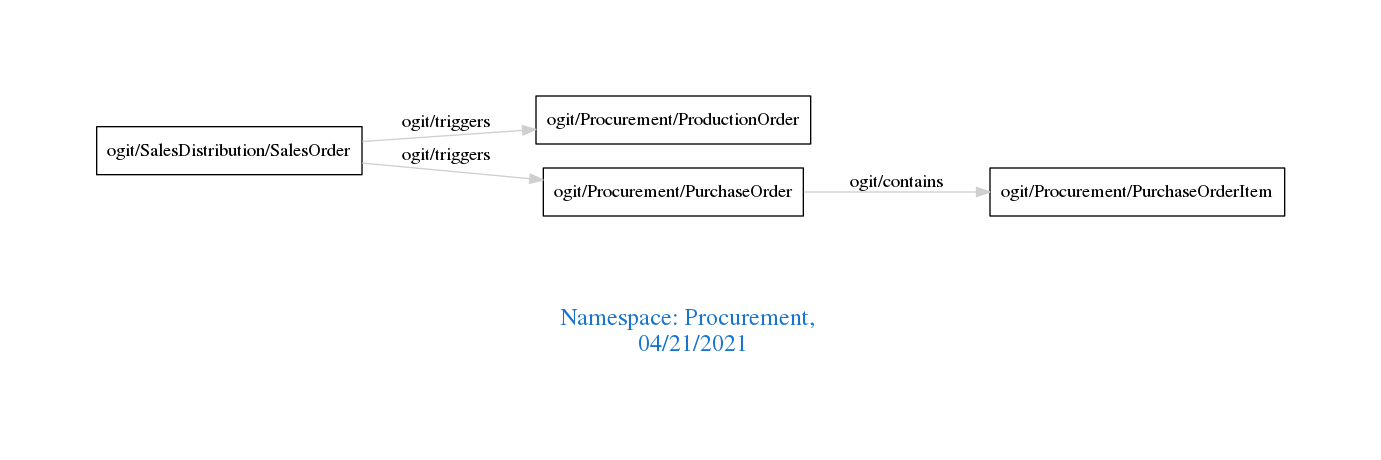
This is downloads/Procurement.png from arago/OGIT, a Graphviz export, as it was before one commit. Its source is kept beside it as downloads/Procurement.dot.
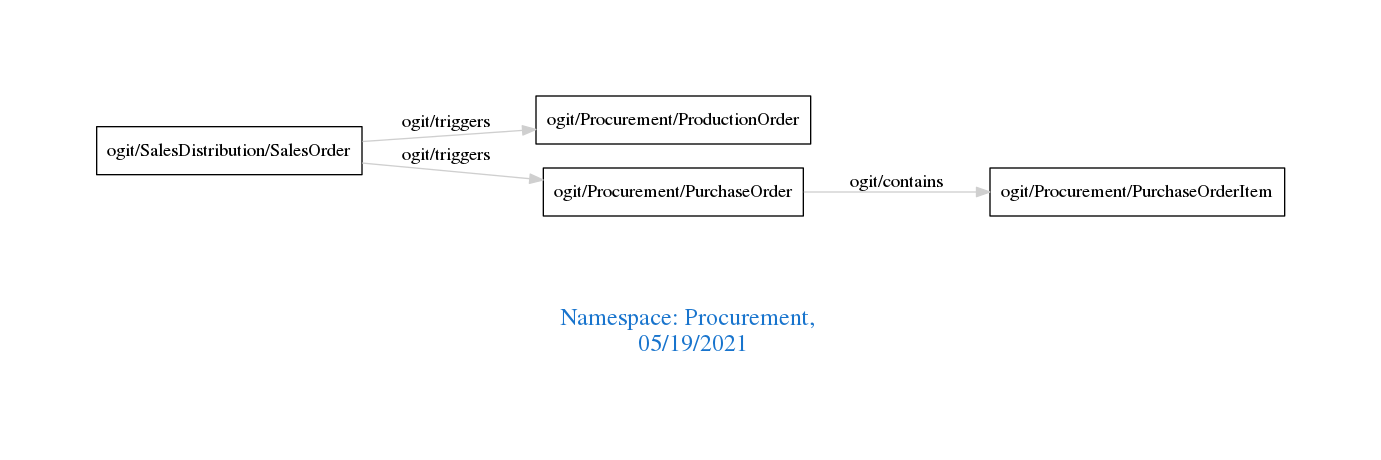
After the change.

What changed in the source:
```diff
@@ -1,7 +1,7 @@
 digraph OGIT_ontology {
  graph [ rankdir= LR,pad=1
 fontsize = 18,
-fontcolor= dodgerblue3,label = "\n\n\nNamespace: Procurement, \n 04/21/2021"];
+fontcolor= dodgerblue3,label = "\n\n\nNamespace: Procurement, \n 05/19/2021"];
 node[shape=polygon];
 edge [  color="gray81"];
 
```
